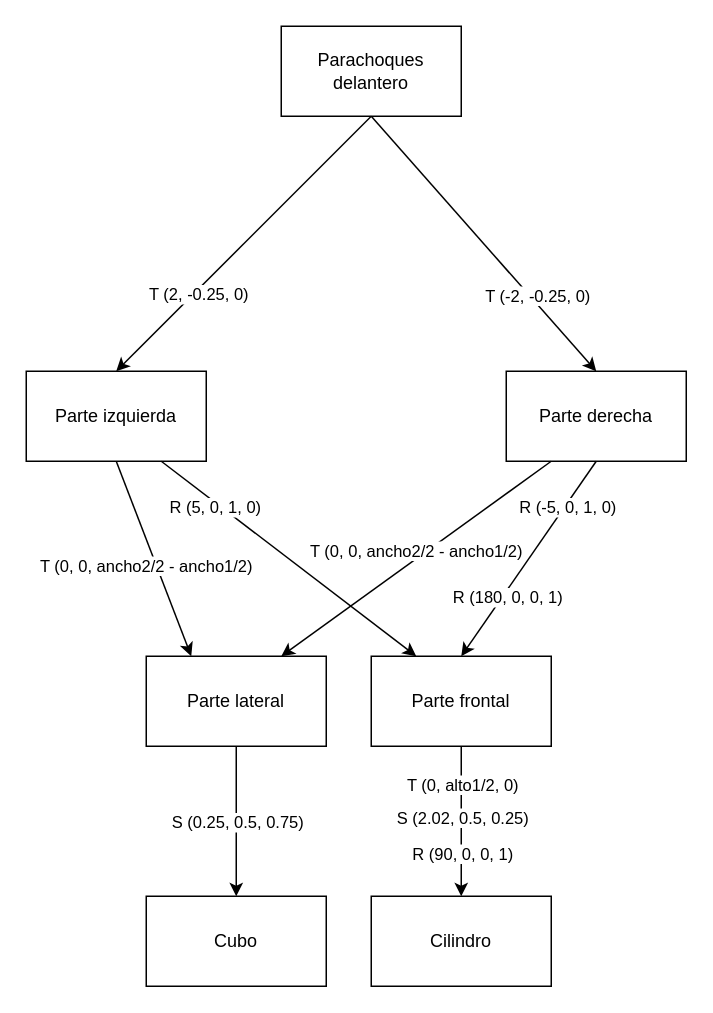
Above: page "Parachoques delantero" (10 of 20) of grafo_escena.drawio in jorgelerre/descapotable (draw.io), before the change. Source tidied: cells renumbered, new cells numbered last; positions are measured from the earlier drawing's top-left corner, leaving out a move shared by most shapes. Both pictures are drawn from the tidied source at 150%, with x=0, y=0 at pixel (26, 26).
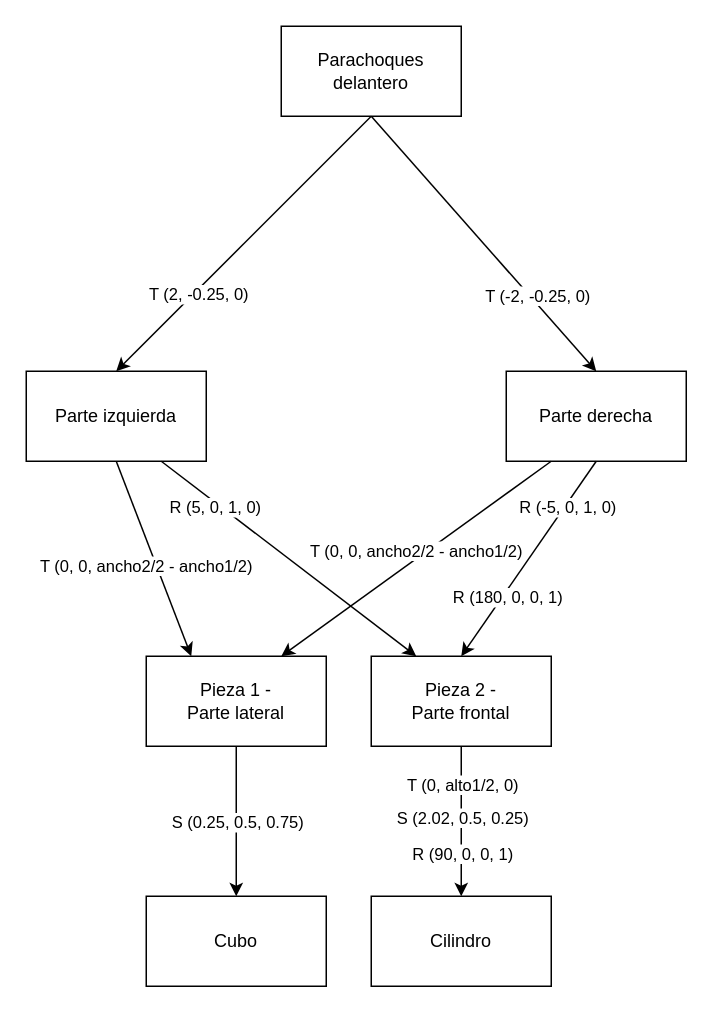
The same diagram, later.

Change to the diagram source:
```diff
@@
-    <mxCell id="5" value="Parte lateral" style="rounded=0;whiteSpace=wrap;html=1;strokeColor=default;fillColor=default;" parent="1" vertex="1">
+    <mxCell id="5" value="Pieza 1 -&lt;br&gt;Parte lateral" style="rounded=0;whiteSpace=wrap;html=1;strokeColor=default;fillColor=default;" parent="1" vertex="1">
       <mxGeometry x="80" y="420" width="120" height="60" as="geometry" />
     </mxCell>
-    <mxCell id="6" value="Parte frontal" style="rounded=0;whiteSpace=wrap;html=1;strokeColor=default;fillColor=default;" parent="1" vertex="1">
+    <mxCell id="6" value="Pieza 2 -&lt;br&gt;Parte frontal" style="rounded=0;whiteSpace=wrap;html=1;strokeColor=default;fillColor=default;" parent="1" vertex="1">
       <mxGeometry x="230" y="420" width="120" height="60" as="geometry" />
     </mxCell>
```
